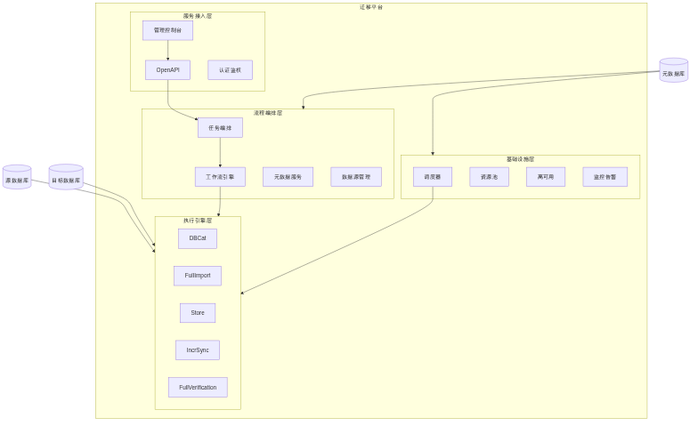
This is doc/images/fig3-1-logical-architecture.png from program231/design, a Mermaid export, as it was before one commit. Its source is kept beside it as doc/diagrams/fig3-1-logical-architecture.mmd.
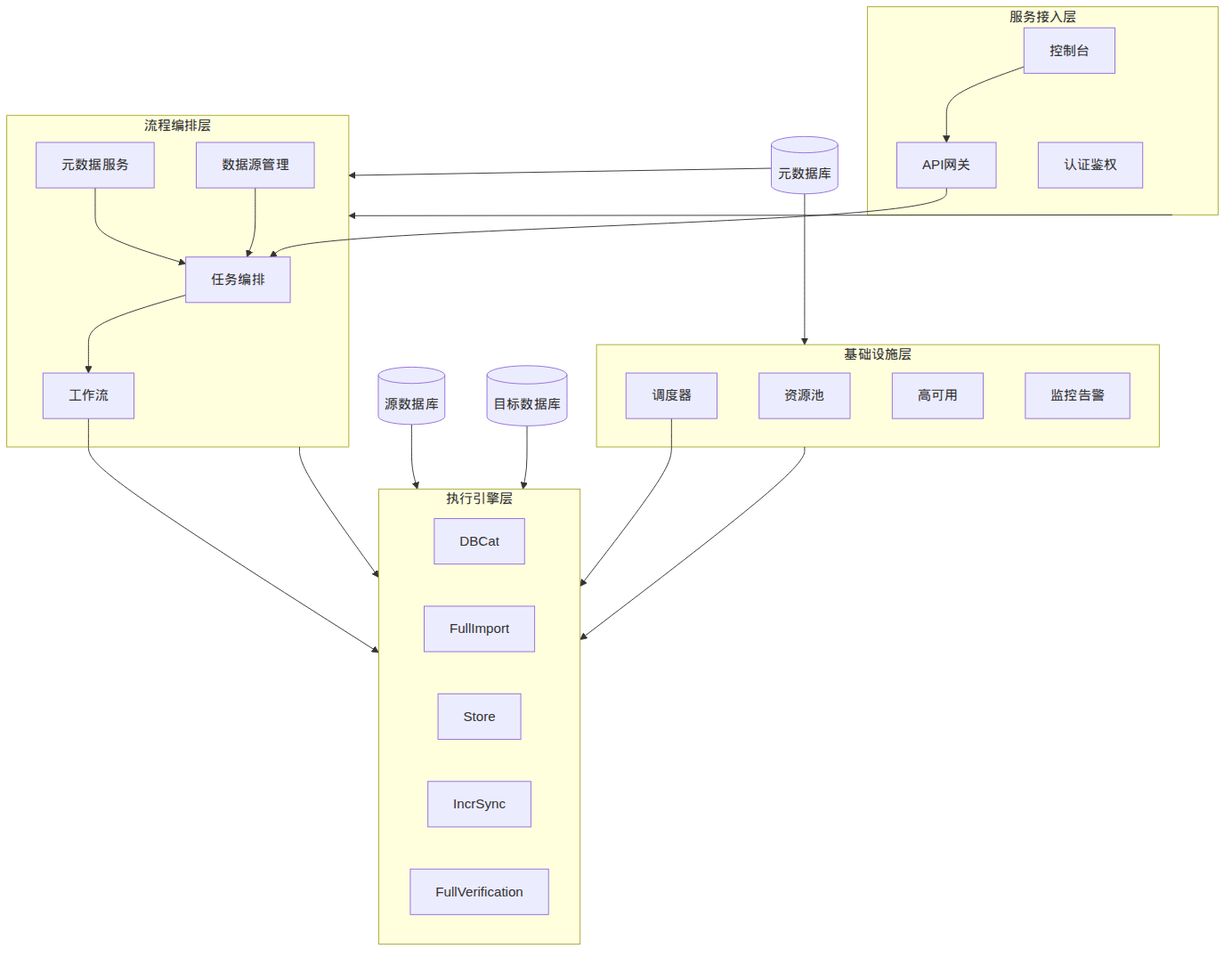
Above is the later version.

Change to the diagram source:
```diff
@@ -1,41 +1,43 @@
 flowchart TB
-    subgraph platform [迁移平台]
-        subgraph access [服务接入层]
-            Console[管理控制台]
-            API[OpenAPI]
-            Auth[认证鉴权]
-        end
+    subgraph access [服务接入层]
+        Console[控制台]
+        API[API网关]
+        Auth[认证鉴权]
+    end
 
-        subgraph orch [流程编排层]
-            TaskOrch[任务编排]
-            WF[工作流引擎]
-            Meta[元数据服务]
-            DS[数据源管理]
-        end
+    subgraph orch [流程编排层]
+        Task[任务编排]
+        WF[工作流]
+        Meta[元数据服务]
+        DS[数据源管理]
+    end
 
-        subgraph exec [执行引擎层]
-            DBCat[DBCat]
-            FullImport[FullImport]
-            Store[Store]
-            IncrSync[IncrSync]
-            Verify[FullVerification]
-        end
+    subgraph exec [执行引擎层]
+        DBCat[DBCat]
+        Full[FullImport]
+        Store[Store]
+        Incr[IncrSync]
+        Verify[FullVerification]
+    end
 
-        subgraph infra [基础设施层]
-            Sched[调度器]
-            Pool[资源池]
-            HA[高可用]
-            Mon[监控告警]
-        end
+    subgraph infra [基础设施层]
+        Sched[调度器]
+        Pool[资源池]
+        HA[高可用]
+        Mon[监控告警]
     end
+
+    Console --> API --> Task
+    Task --> WF
+    WF --> exec
+    Sched --> exec
+    Meta --> Task
+    DS --> Task
 
     Source[(源数据库)] --> exec
     Target[(目标数据库)] --> exec
     MetaDB[(元数据库)] --> orch
     MetaDB --> infra
 
-    Console --> API
-    API --> TaskOrch
-    TaskOrch --> WF
-    WF --> exec
-    Sched --> exec
+    access --> orch --> exec
+    infra --> exec
```
